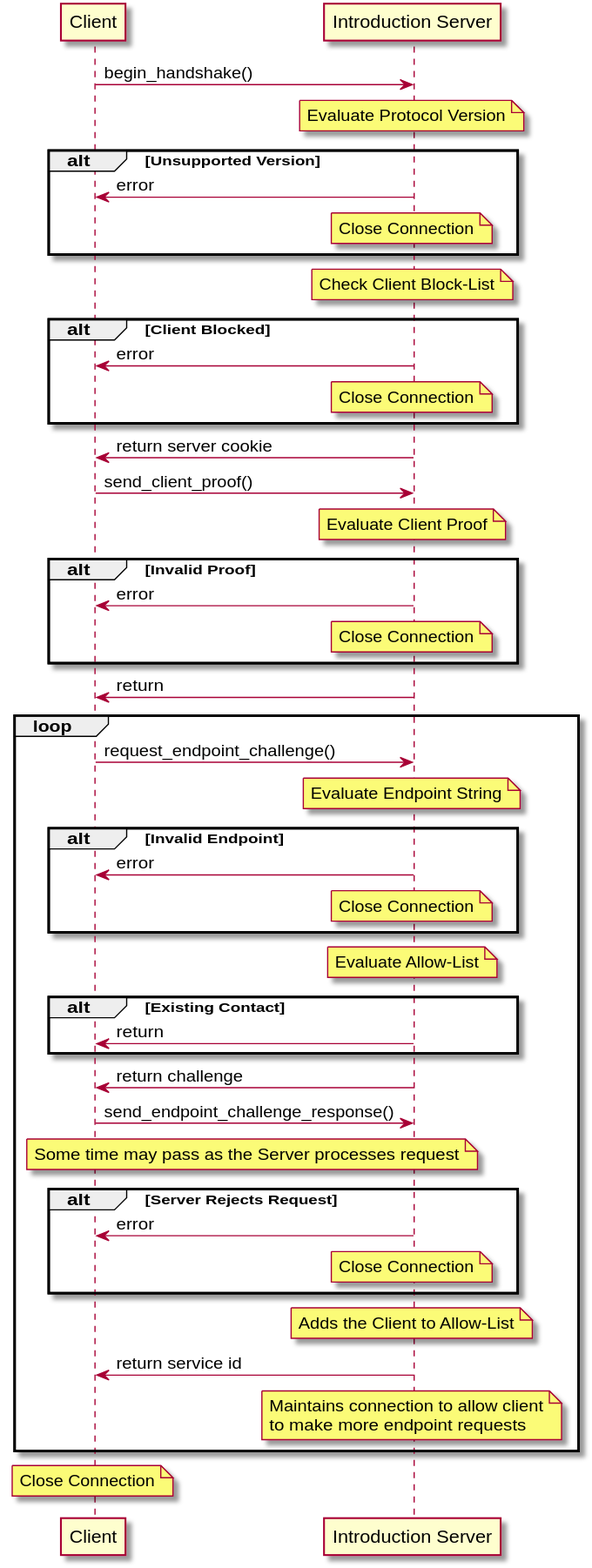
Above: docs/introduction_handshake.svg in blueprint-freespeech/gosling (PlantUML), before the change.
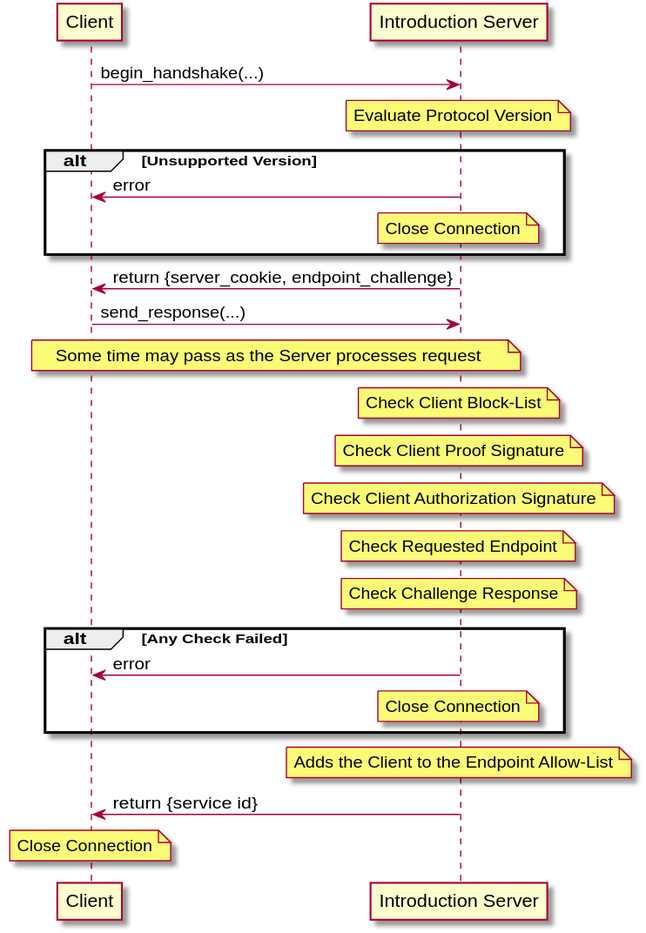
After the change.

Diff of the diagram source:
```diff
@@ -2,7 +2,7 @@
 participant Client
 participant "Introduction Server" as Server
 
-Client->Server: begin_handshake()
+Client->Server: begin_handshake(...)
 
     note over Server: Evaluate Protocol Version
 
@@ -11,59 +11,26 @@
         note over Server: Close Connection
     end
 
+Client<-Server: return {server_cookie, endpoint_challenge}
+
+Client->Server: send_response(...)
+
+    note over Client, Server: Some time may pass as the Server processes request
+
     note over Server: Check Client Block-List
+    note over Server: Check Client Proof Signature
+    note over Server: Check Client Authorization Signature
+    note over Server: Check Requested Endpoint
+    note over Server: Check Challenge Response
 
-    alt Client Blocked
+    alt Any Check Failed
         Client<-Server: error
         note over Server: Close Connection
     end
 
-Client<-Server: return server cookie
+    note over Server: Adds the Client to the Endpoint Allow-List
 
-Client->Server: send_client_proof()
+    Client<-Server: return {service id}
 
-    note over Server: Evaluate Client Proof
-
-    alt Invalid Proof
-        Client<-Server: error
-        note over Server: Close Connection
-    end
-
-Server->Client: return
-
-loop
-    Client->Server: request_endpoint_challenge()
-
-        note over Server: Evaluate Endpoint String
-        alt Invalid Endpoint
-            Client<-Server: error
-            note over Server: Close Connection
-        end
-
-        note over Server: Evaluate Allow-List
-        alt Existing Contact
-            Client<-Server: return
-        end
-
-        Client<-Server: return challenge
-
-    Client->Server: send_endpoint_challenge_response()
-
-        note over Client, Server: Some time may pass as the Server processes request
-
-        alt Server Rejects Request
-            Client<-Server: error
-            note over Server: Close Connection
-        end
-
-        note over Server: Adds the Client to Allow-List
-
-        Client<-Server: return service id
-
-    note over Server
-        Maintains connection to allow client
-        to make more endpoint requests
-    endnote
-end
-        note over Client: Close Connection
+note over Client: Close Connection
 @enduml
```
